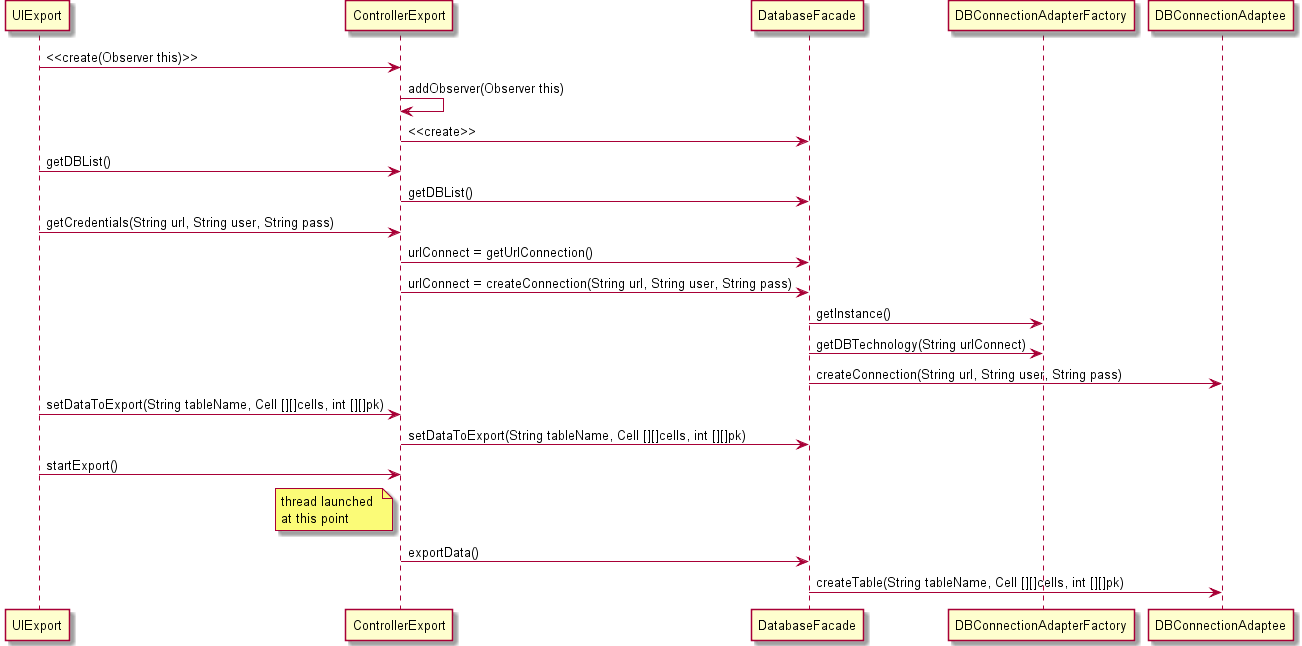
askpt/LAPR4 keeps this PlantUML diagram as docs/1111168/Diagrams/use_case_realization_DBexport.png. Above is the earlier version.
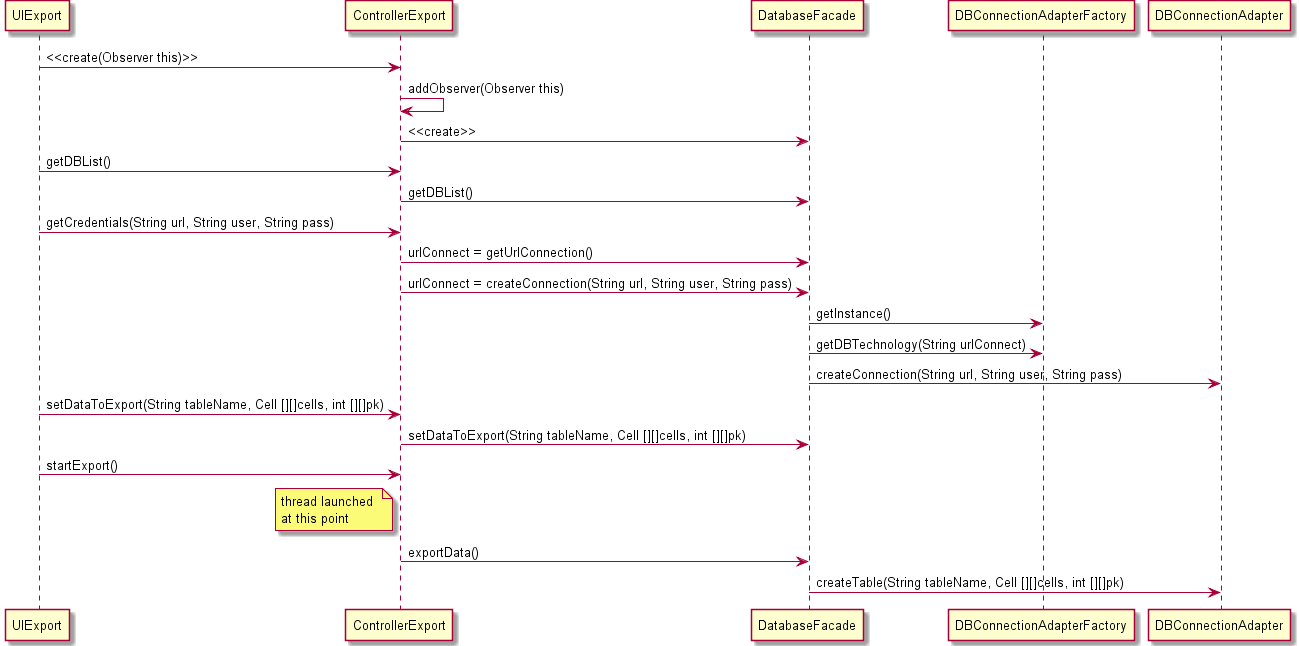
The same diagram one commit later.

Change to the diagram source:
```diff
@@ -9,7 +9,7 @@
 ControllerExport -> DatabaseFacade: urlConnect = createConnection(String url, String user, String pass)
 DatabaseFacade -> DBConnectionAdapterFactory: getInstance()
 DatabaseFacade -> DBConnectionAdapterFactory: getDBTechnology(String urlConnect)
-DatabaseFacade -> DBConnectionAdaptee: createConnection(String url, String user, String pass)
+DatabaseFacade -> DBConnectionAdapter: createConnection(String url, String user, String pass)
 UIExport -> ControllerExport: setDataToExport(String tableName, Cell [][]cells, int [][]pk)
 ControllerExport -> DatabaseFacade: setDataToExport(String tableName, Cell [][]cells, int [][]pk)
 UIExport -> ControllerExport: startExport()
@@ -18,5 +18,5 @@
  at this point
 end note
 ControllerExport -> DatabaseFacade: exportData()
-DatabaseFacade -> DBConnectionAdaptee: createTable(String tableName, Cell [][]cells, int [][]pk)
+DatabaseFacade -> DBConnectionAdapter: createTable(String tableName, Cell [][]cells, int [][]pk)
 @enduml
```
